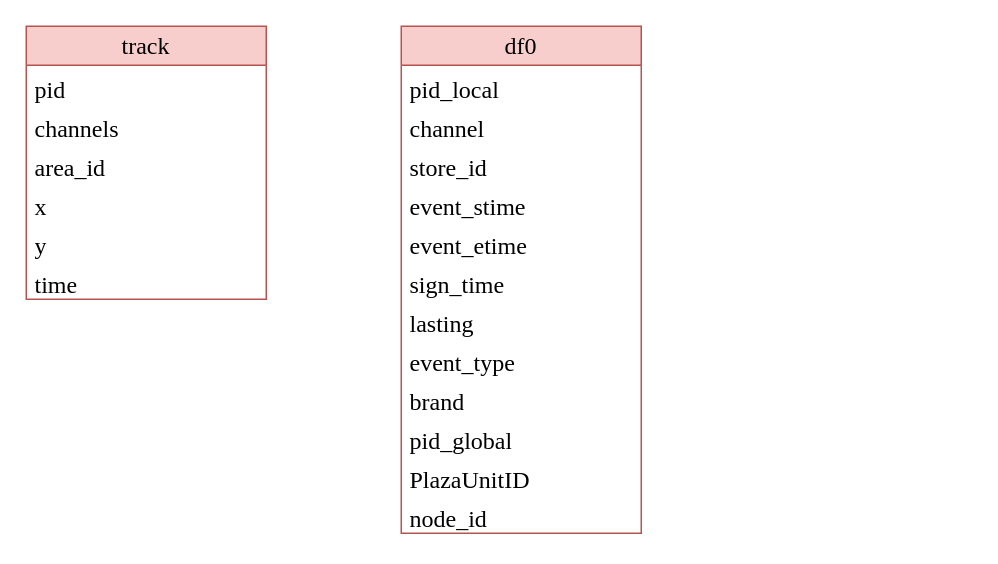
Before: 3.drawio in wuxinran-Angel/ASC-WEB, a draw.io diagram. Source tidied: cells renumbered, new cells numbered last; positions are measured from the earlier drawing's top-left corner, leaving out a move shared by most shapes. Both pictures are drawn from the tidied source at 150%, with x=0, y=0 at pixel (26, 26).
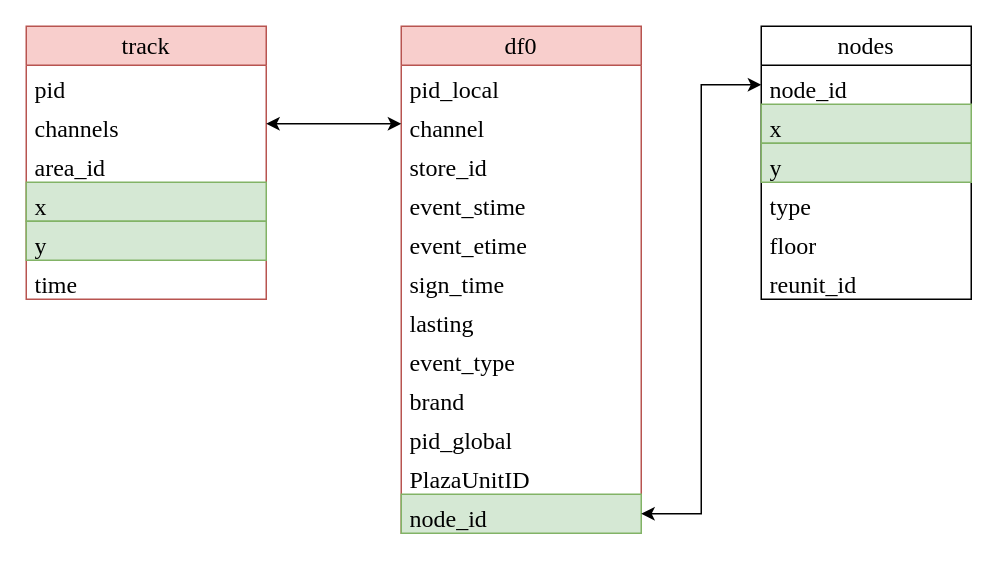
The same page after the edit.

The change refers to these unchanged cells:
```xml
<mxCell id="2" value="track" style="swimlane;fontStyle=0;horizontal=1;startSize=26;fillColor=#f8cecc;whiteSpace=wrap;html=1;fontFamily=Times New Roman;fontSize=16;strokeColor=#b85450;" parent="1" vertex="1">
  <mxGeometry width="160" height="182" as="geometry" />
</mxCell>
<mxCell id="4" value="channels" style="text;strokeColor=none;fillColor=none;align=left;verticalAlign=top;spacingLeft=4;spacingRight=4;overflow=hidden;points=[[0,0.5],[1,0.5]];portConstraint=eastwest;whiteSpace=wrap;html=1;fontFamily=Times New Roman;fontSize=16;" parent="2" vertex="1">
  <mxGeometry y="52" width="160" height="26" as="geometry" />
</mxCell>
<mxCell id="9" value="df0" style="swimlane;fontStyle=0;horizontal=1;startSize=26;fillColor=#f8cecc;whiteSpace=wrap;html=1;fontFamily=Times New Roman;fontSize=16;strokeColor=#b85450;" parent="1" vertex="1">
  <mxGeometry x="250" width="160" height="338" as="geometry" />
</mxCell>
<mxCell id="11" value="channel" style="text;strokeColor=none;fillColor=none;align=left;verticalAlign=top;spacingLeft=4;spacingRight=4;overflow=hidden;points=[[0,0.5],[1,0.5]];portConstraint=eastwest;whiteSpace=wrap;html=1;fontFamily=Times New Roman;fontSize=16;" parent="9" vertex="1">
  <mxGeometry y="52" width="160" height="26" as="geometry" />
</mxCell>
```

What changed in the source:
```diff
@@
-    <mxCell id="6" value="x" style="text;strokeColor=none;fillColor=none;align=left;verticalAlign=top;spacingLeft=4;spacingRight=4;overflow=hidden;whiteSpace=wrap;html=1;fontFamily=Times New Roman;fontSize=16;" parent="2" vertex="1">
+    <mxCell id="6" value="x" style="text;strokeColor=#82b366;fillColor=#d5e8d4;align=left;verticalAlign=top;spacingLeft=4;spacingRight=4;overflow=hidden;whiteSpace=wrap;html=1;fontFamily=Times New Roman;fontSize=16;" parent="2" vertex="1">
       <mxGeometry y="104" width="160" height="26" as="geometry" />
     </mxCell>
-    <mxCell id="7" value="y" style="text;strokeColor=none;fillColor=none;align=left;verticalAlign=top;spacingLeft=4;spacingRight=4;overflow=hidden;whiteSpace=wrap;html=1;fontFamily=Times New Roman;fontSize=16;" parent="2" vertex="1">
+    <mxCell id="7" value="y" style="text;strokeColor=#82b366;fillColor=#d5e8d4;align=left;verticalAlign=top;spacingLeft=4;spacingRight=4;overflow=hidden;whiteSpace=wrap;html=1;fontFamily=Times New Roman;fontSize=16;" parent="2" vertex="1">
       <mxGeometry y="130" width="160" height="26" as="geometry" />
     </mxCell>
@@
-    <mxCell id="21" value="node_id" style="text;strokeColor=none;fillColor=none;align=left;verticalAlign=top;spacingLeft=4;spacingRight=4;overflow=hidden;points=[[0,0.5],[1,0.5]];portConstraint=eastwest;whiteSpace=wrap;html=1;fontFamily=Times New Roman;fontSize=16;" parent="9" vertex="1">
+    <mxCell id="21" value="node_id" style="text;strokeColor=#82b366;fillColor=#d5e8d4;align=left;verticalAlign=top;spacingLeft=4;spacingRight=4;overflow=hidden;points=[[0,0.5],[1,0.5]];portConstraint=eastwest;whiteSpace=wrap;html=1;fontFamily=Times New Roman;fontSize=16;" parent="9" vertex="1">
       <mxGeometry y="312" width="160" height="26" as="geometry" />
     </mxCell>
+    <mxCell id="22" style="edgeStyle=orthogonalEdgeStyle;rounded=0;jettySize=auto;html=1;exitX=1;exitY=0.5;exitDx=0;exitDy=0;entryX=0;entryY=0.5;entryDx=0;entryDy=0;startArrow=classic;startFill=1;" parent="1" edge="1" source="4" target="11">
+      <mxGeometry relative="1" as="geometry" />
+    </mxCell>
+    <mxCell id="23" value="nodes" style="swimlane;fontStyle=0;horizontal=1;startSize=26;fillColor=none;whiteSpace=wrap;html=1;fontFamily=Times New Roman;fontSize=16;" parent="1" vertex="1">
+      <mxGeometry x="490" width="140" height="182" as="geometry" />
+    </mxCell>
+    <mxCell id="24" value="node_id" style="text;strokeColor=none;fillColor=none;align=left;verticalAlign=top;spacingLeft=4;spacingRight=4;overflow=hidden;points=[[0,0.5],[1,0.5]];portConstraint=eastwest;whiteSpace=wrap;html=1;fontFamily=Times New Roman;fontSize=16;" parent="23" vertex="1">
+      <mxGeometry y="26" width="140" height="26" as="geometry" />
+    </mxCell>
+    <mxCell id="25" value="x" style="text;strokeColor=#82b366;fillColor=#d5e8d4;align=left;verticalAlign=top;spacingLeft=4;spacingRight=4;overflow=hidden;whiteSpace=wrap;html=1;fontFamily=Times New Roman;fontSize=16;" parent="23" vertex="1">
+      <mxGeometry y="52" width="140" height="26" as="geometry" />
+    </mxCell>
+    <mxCell id="26" value="y" style="text;strokeColor=#82b366;fillColor=#d5e8d4;align=left;verticalAlign=top;spacingLeft=4;spacingRight=4;overflow=hidden;whiteSpace=wrap;html=1;fontFamily=Times New Roman;fontSize=16;" parent="23" vertex="1">
+      <mxGeometry y="78" width="140" height="26" as="geometry" />
+    </mxCell>
+    <mxCell id="27" value="type" style="text;strokeColor=none;fillColor=none;align=left;verticalAlign=top;spacingLeft=4;spacingRight=4;overflow=hidden;whiteSpace=wrap;html=1;fontFamily=Times New Roman;fontSize=16;" parent="23" vertex="1">
+      <mxGeometry y="104" width="140" height="26" as="geometry" />
+    </mxCell>
+    <mxCell id="28" value="floor" style="text;strokeColor=none;fillColor=none;align=left;verticalAlign=top;spacingLeft=4;spacingRight=4;overflow=hidden;whiteSpace=wrap;html=1;fontFamily=Times New Roman;fontSize=16;" parent="23" vertex="1">
+      <mxGeometry y="130" width="140" height="26" as="geometry" />
+    </mxCell>
+    <mxCell id="29" value="reunit_id" style="text;strokeColor=none;fillColor=none;align=left;verticalAlign=top;spacingLeft=4;spacingRight=4;overflow=hidden;whiteSpace=wrap;html=1;fontFamily=Times New Roman;fontSize=16;" parent="23" vertex="1">
+      <mxGeometry y="156" width="140" height="26" as="geometry" />
+    </mxCell>
+    <mxCell id="30" style="edgeStyle=orthogonalEdgeStyle;rounded=0;jettySize=auto;html=1;exitX=0;exitY=0.5;exitDx=0;exitDy=0;entryX=1;entryY=0.5;entryDx=0;entryDy=0;startArrow=classic;startFill=1;" parent="1" edge="1" source="24" target="21">
+      <mxGeometry relative="1" as="geometry" />
+    </mxCell>
```
